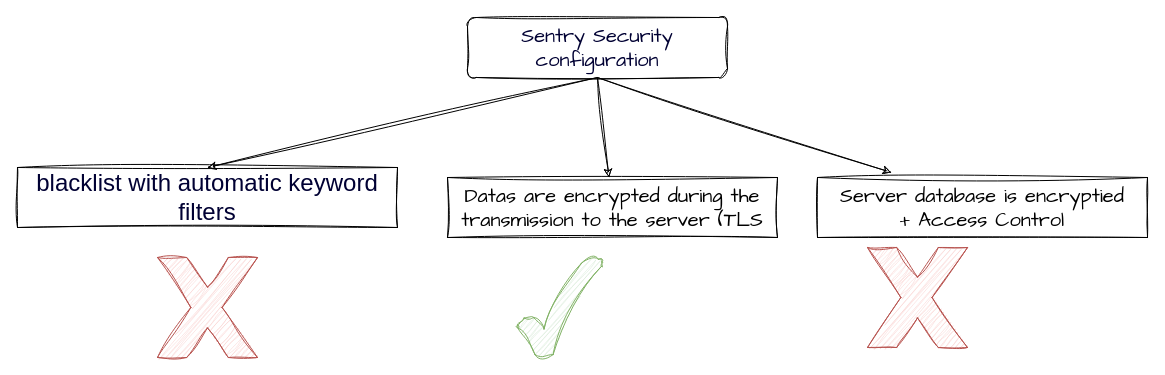
Above: page "sentry protection" (7 of 13) of schema/crypto-wallet.drawio in rya-sge/access-denied (draw.io), before the change. Source tidied: cells renumbered, new cells numbered last; positions are measured from the earlier drawing's top-left corner, leaving out a move shared by most shapes. Both pictures are drawn from the tidied source at 100%, with x=0, y=0 at pixel (17, 17).
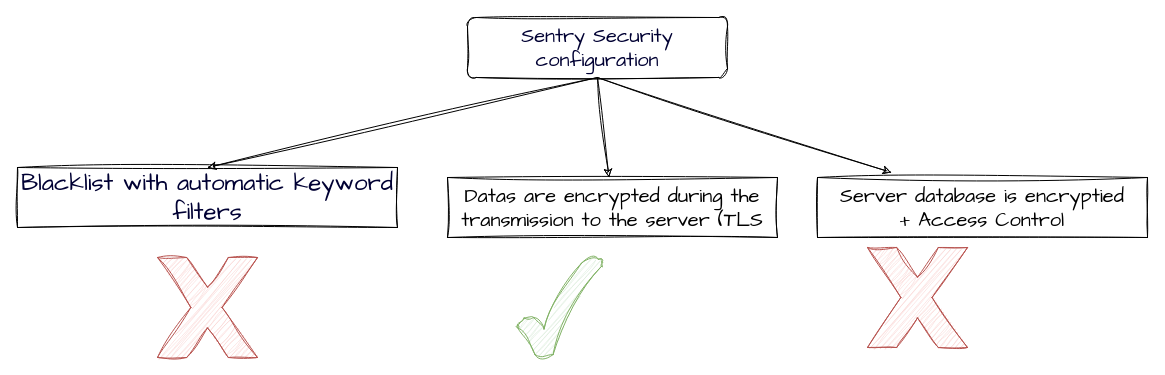
After the change.

Change to the diagram source:
```diff
@@
 <mxGraphModel>
   <root>
     <mxCell id="0" />
     <mxCell id="1" parent="0" />
-    <mxCell id="2" value="&lt;span id=&quot;docs-internal-guid-2f10f8ae-7fff-c695-ddb1-d9d3e6f691e4&quot;&gt;&lt;span style=&quot;font-size: 18pt; font-family: Arial, sans-serif; background-color: transparent; font-variant-numeric: normal; font-variant-east-asian: normal; vertical-align: baseline;&quot;&gt;&lt;font color=&quot;#000033&quot;&gt;blacklist with automatic keyword filters&lt;/font&gt;&lt;/span&gt;&lt;/span&gt;" style="rounded=0;whiteSpace=wrap;html=1;sketch=1;hachureGap=4;jiggle=2;fontFamily=Architects Daughter;fontSize=20;" parent="1" vertex="1">
+    <mxCell id="2" value="&lt;span id=&quot;docs-internal-guid-2f10f8ae-7fff-c695-ddb1-d9d3e6f691e4&quot;&gt;&lt;span style=&quot;font-size: 18pt; background-color: transparent; font-variant-numeric: normal; font-variant-east-asian: normal; vertical-align: baseline;&quot;&gt;&lt;font style=&quot;&quot; color=&quot;#000033&quot;&gt;Blacklist with automatic keyword filters&lt;/font&gt;&lt;/span&gt;&lt;/span&gt;" style="rounded=0;whiteSpace=wrap;html=1;sketch=1;hachureGap=4;jiggle=2;fontFamily=Architects Daughter;fontSize=20;" parent="1" vertex="1">
       <mxGeometry y="150" width="380" height="60" as="geometry" />
     </mxCell>
     <mxCell id="3" value="Datas are encrypted during the transmission to the server (TLS" style="rounded=0;whiteSpace=wrap;html=1;sketch=1;hachureGap=4;jiggle=2;fontFamily=Architects Daughter;fontSize=20;" parent="1" vertex="1">
       <mxGeometry x="430" y="160" width="330" height="60" as="geometry" />
     </mxCell>
     <mxCell id="4" value="Server database is encryptied&lt;br&gt;+ Access Control" style="rounded=0;whiteSpace=wrap;html=1;sketch=1;hachureGap=4;jiggle=2;fontFamily=Architects Daughter;fontSize=20;" parent="1" vertex="1">
       <mxGeometry x="800" y="160" width="330" height="60" as="geometry" />
     </mxCell>
     <mxCell id="5" value="Sentry Security configuration" style="rounded=1;whiteSpace=wrap;html=1;sketch=1;hachureGap=4;jiggle=2;fontFamily=Architects Daughter;fontSize=20;fontColor=#000033;" parent="1" vertex="1">
       <mxGeometry x="450" width="260" height="60" as="geometry" />
     </mxCell>
     <mxCell id="6" style="endArrow=classic;html=1;rounded=0;sketch=1;hachureGap=4;jiggle=2;fontFamily=Architects Daughter;fontSize=16;fontColor=#000033;exitX=0.5;exitY=1;exitDx=0;exitDy=0;entryX=0.5;entryY=0;entryDx=0;entryDy=0;" parent="1" edge="1" source="5" target="2">
       <mxGeometry relative="1" as="geometry" />
     </mxCell>
     <mxCell id="7" style="endArrow=classic;html=1;rounded=0;sketch=1;hachureGap=4;jiggle=2;fontFamily=Architects Daughter;fontSize=16;fontColor=#000033;" parent="1" edge="1" target="3">
       <mxGeometry relative="1" as="geometry">
         <mxPoint x="580" y="60" as="sourcePoint" />
       </mxGeometry>
     </mxCell>
     <mxCell id="8" style="endArrow=classic;html=1;rounded=0;sketch=1;hachureGap=4;jiggle=2;fontFamily=Architects Daughter;fontSize=16;fontColor=#000033;entryX=0.224;entryY=-0.083;entryDx=0;entryDy=0;entryPerimeter=0;" parent="1" edge="1" target="4">
       <mxGeometry relative="1" as="geometry">
         <mxPoint x="580" y="60" as="sourcePoint" />
       </mxGeometry>
     </mxCell>
     <mxCell id="9" style="verticalLabelPosition=bottom;verticalAlign=top;html=1;shape=mxgraph.basic.tick;sketch=1;hachureGap=4;jiggle=2;fontFamily=Architects Daughter;fontSize=20;fillColor=#d5e8d4;strokeColor=#82b366;" parent="1" vertex="1">
       <mxGeometry x="500" y="240" width="85" height="100" as="geometry" />
     </mxCell>
     <mxCell id="10" style="verticalLabelPosition=bottom;verticalAlign=top;html=1;shape=mxgraph.basic.x;sketch=1;hachureGap=4;jiggle=2;fontFamily=Architects Daughter;fontSize=20;fillColor=#f8cecc;strokeColor=#b85450;" parent="1" vertex="1">
       <mxGeometry x="140" y="240" width="100" height="100" as="geometry" />
     </mxCell>
     <mxCell id="11" style="verticalLabelPosition=bottom;verticalAlign=top;html=1;shape=mxgraph.basic.x;sketch=1;hachureGap=4;jiggle=2;fontFamily=Architects Daughter;fontSize=20;fillColor=#f8cecc;strokeColor=#b85450;" parent="1" vertex="1">
       <mxGeometry x="850" y="230" width="100" height="100" as="geometry" />
     </mxCell>
   </root>
 </mxGraphModel>
```
